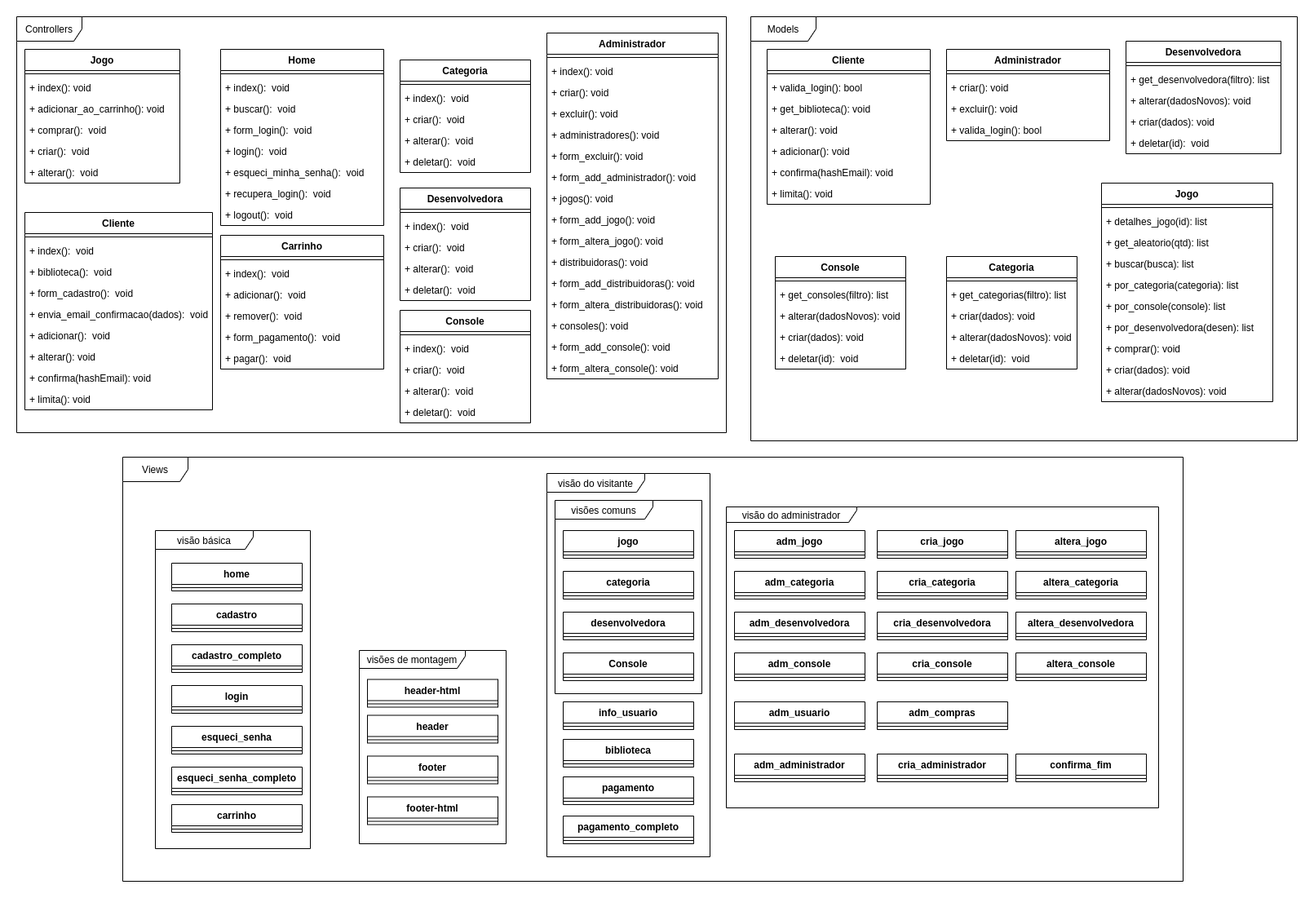
The draw.io diagram docs/Diagramas/Diagrama-Classes/Diagrama_de_Classes.drawio.png in joaopaulo7/GCC188-Projeto-Final, before a commit. Source tidied: cells renumbered, new cells last; positions are measured from the earlier drawing's top-left corner, leaving out a move shared by most shapes.
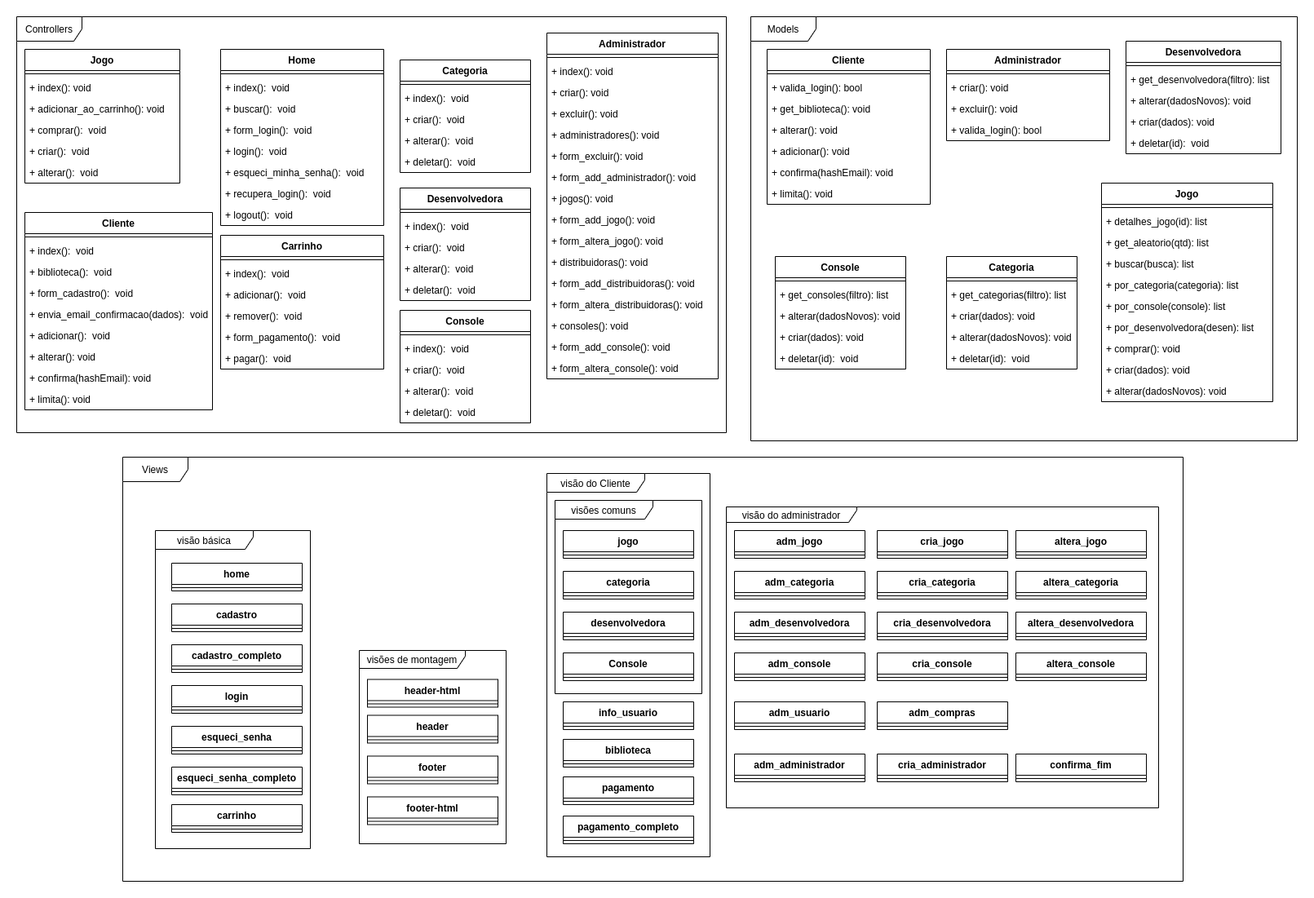
The same diagram one commit later.

Commit message:
Ajustes no diagrama de classes.

What changed in the source:
```diff
@@ -11,7 +11,7 @@
     <mxCell id="4" value="visão do administrador" style="shape=umlFrame;whiteSpace=wrap;html=1;width=160;height=19;" parent="1" vertex="1">
       <mxGeometry x="870" y="601" width="530" height="369" as="geometry" />
     </mxCell>
-    <mxCell id="5" value="visão do visitante" style="shape=umlFrame;whiteSpace=wrap;html=1;width=120;height=23;" parent="1" vertex="1">
+    <mxCell id="5" value="visão do Cliente" style="shape=umlFrame;whiteSpace=wrap;html=1;width=120;height=23;" parent="1" vertex="1">
       <mxGeometry x="650" y="560" width="200" height="470" as="geometry" />
     </mxCell>
     <mxCell id="6" value="visões de montagem" style="shape=umlFrame;whiteSpace=wrap;html=1;width=130;height=22;" parent="1" vertex="1">
```
